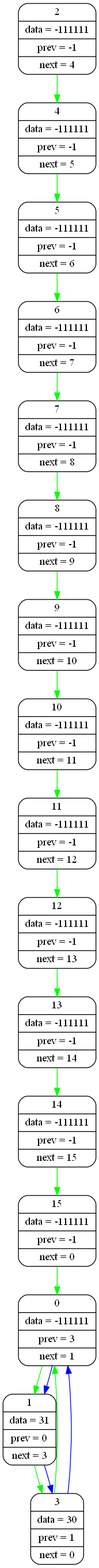
The Graphviz diagram Dump.png in Lkz-10/List, before a commit. Its source is kept beside it as Dump.dot.
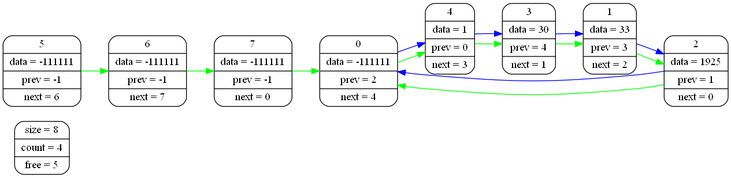
Later version of the same file.

Commit message:
Fixed insert and erase, formatted dump

What changed in the source:
```diff
@@ -1,41 +1,28 @@
 digraph G
 {
-   rankdir=UD;
-   0 [shape = Mrecord, label = "{  0 | data = -111111 | prev =   3 | next =   1}" ];
-   1 [shape = Mrecord, label = "{  1 | data =      31 | prev =   0 | next =   3}" ];
-   2 [shape = Mrecord, label = "{  2 | data = -111111 | prev =  -1 | next =   4}" ];
-   3 [shape = Mrecord, label = "{  3 | data =      30 | prev =   1 | next =   0}" ];
-   4 [shape = Mrecord, label = "{  4 | data = -111111 | prev =  -1 | next =   5}" ];
-   5 [shape = Mrecord, label = "{  5 | data = -111111 | prev =  -1 | next =   6}" ];
-   6 [shape = Mrecord, label = "{  6 | data = -111111 | prev =  -1 | next =   7}" ];
-   7 [shape = Mrecord, label = "{  7 | data = -111111 | prev =  -1 | next =   8}" ];
-   8 [shape = Mrecord, label = "{  8 | data = -111111 | prev =  -1 | next =   9}" ];
-   9 [shape = Mrecord, label = "{  9 | data = -111111 | prev =  -1 | next =  10}" ];
-  10 [shape = Mrecord, label = "{ 10 | data = -111111 | prev =  -1 | next =  11}" ];
-  11 [shape = Mrecord, label = "{ 11 | data = -111111 | prev =  -1 | next =  12}" ];
-  12 [shape = Mrecord, label = "{ 12 | data = -111111 | prev =  -1 | next =  13}" ];
-  13 [shape = Mrecord, label = "{ 13 | data = -111111 | prev =  -1 | next =  14}" ];
-  14 [shape = Mrecord, label = "{ 14 | data = -111111 | prev =  -1 | next =  15}" ];
-  15 [shape = Mrecord, label = "{ 15 | data = -111111 | prev =  -1 | next =   0}" ];
+   rankdir=LR;
+   info [shape = Mrecord, label = "size =   8 | count =   4 | free =   5" ];
+   0 [shape = Mrecord, label = "  0 | data = -111111 | prev =   2 | next =   4" ];
+   1 [shape = Mrecord, label = "  1 | data =      33 | prev =   3 | next =   2" ];
+   2 [shape = Mrecord, label = "  2 | data =    1925 | prev =   1 | next =   0" ];
+   3 [shape = Mrecord, label = "  3 | data =      30 | prev =   4 | next =   1" ];
+   4 [shape = Mrecord, label = "  4 | data =       1 | prev =   0 | next =   3" ];
+   5 [shape = Mrecord, label = "  5 | data = -111111 | prev =  -1 | next =   6" ];
+   6 [shape = Mrecord, label = "  6 | data = -111111 | prev =  -1 | next =   7" ];
+   7 [shape = Mrecord, label = "  7 | data = -111111 | prev =  -1 | next =   0" ];
    edge[color="green"];
-   0 -> 1;
-   1 -> 3;
-   2 -> 4;
-   3 -> 0;
-   4 -> 5;
+   0 -> 4;
+   1 -> 2;
+   2 -> 0;
+   3 -> 1;
+   4 -> 3;
    5 -> 6;
    6 -> 7;
-   7 -> 8;
-   8 -> 9;
-   9 -> 10;
-  10 -> 11;
-  11 -> 12;
-  12 -> 13;
-  13 -> 14;
-  14 -> 15;
-  15 -> 0;
+   7 -> 0;
    edge[color="blue"];
-   3 -> 0;
-   0 -> 1;
-   1 -> 3;
+   2 -> 0;
+   3 -> 1;
+   1 -> 2;
+   4 -> 3;
+   0 -> 4;
 }
```
